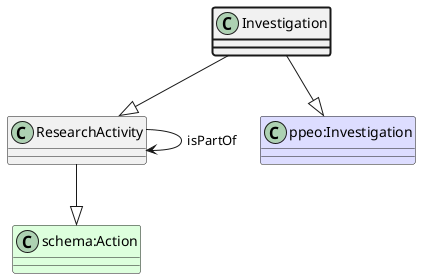
The PlantUML diagram ttl_uml/ttl_appn_Investigation.png in aus-plant-phenomics-network/appn-schema, before a commit.
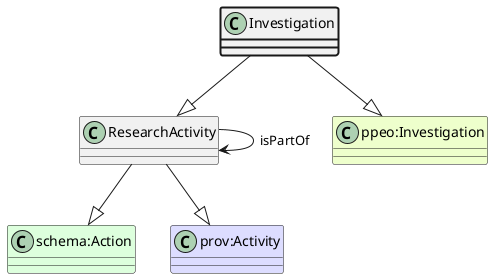
After the change.

The edit, as a diff of the source:
```diff
@@ -3,8 +3,10 @@
 class ResearchActivity
 class "schema:Action" #DDFFDD
 ResearchActivity --|> "schema:Action"
+class "prov:Activity" #DDDDFF
+ResearchActivity --|> "prov:Activity"
 Investigation --|> ResearchActivity
-class "ppeo:Investigation" #DDDDFF
+class "ppeo:Investigation" #EEFFCC
 Investigation --|> "ppeo:Investigation"
 class ResearchActivity
 ResearchActivity --> ResearchActivity : isPartOf
```
